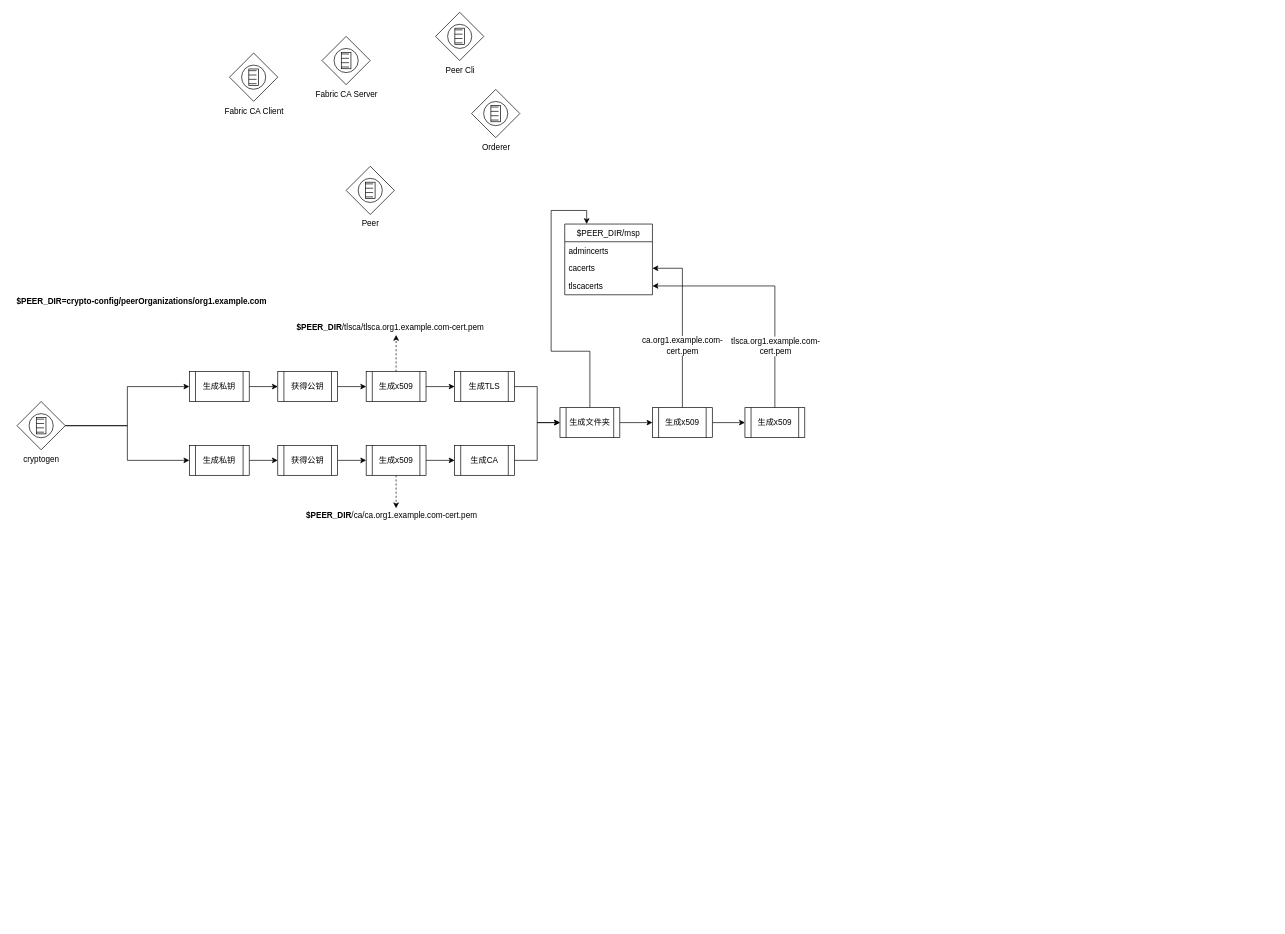
Before: fabric-ca-orderer-peer.drawio in yiuked/diagram, a draw.io diagram. Source tidied: cells renumbered, new cells numbered last; positions are measured from the earlier drawing's top-left corner, leaving out a move shared by most shapes. Both pictures are drawn from the tidied source at 68%, with x=0, y=0 at pixel (12, 12).
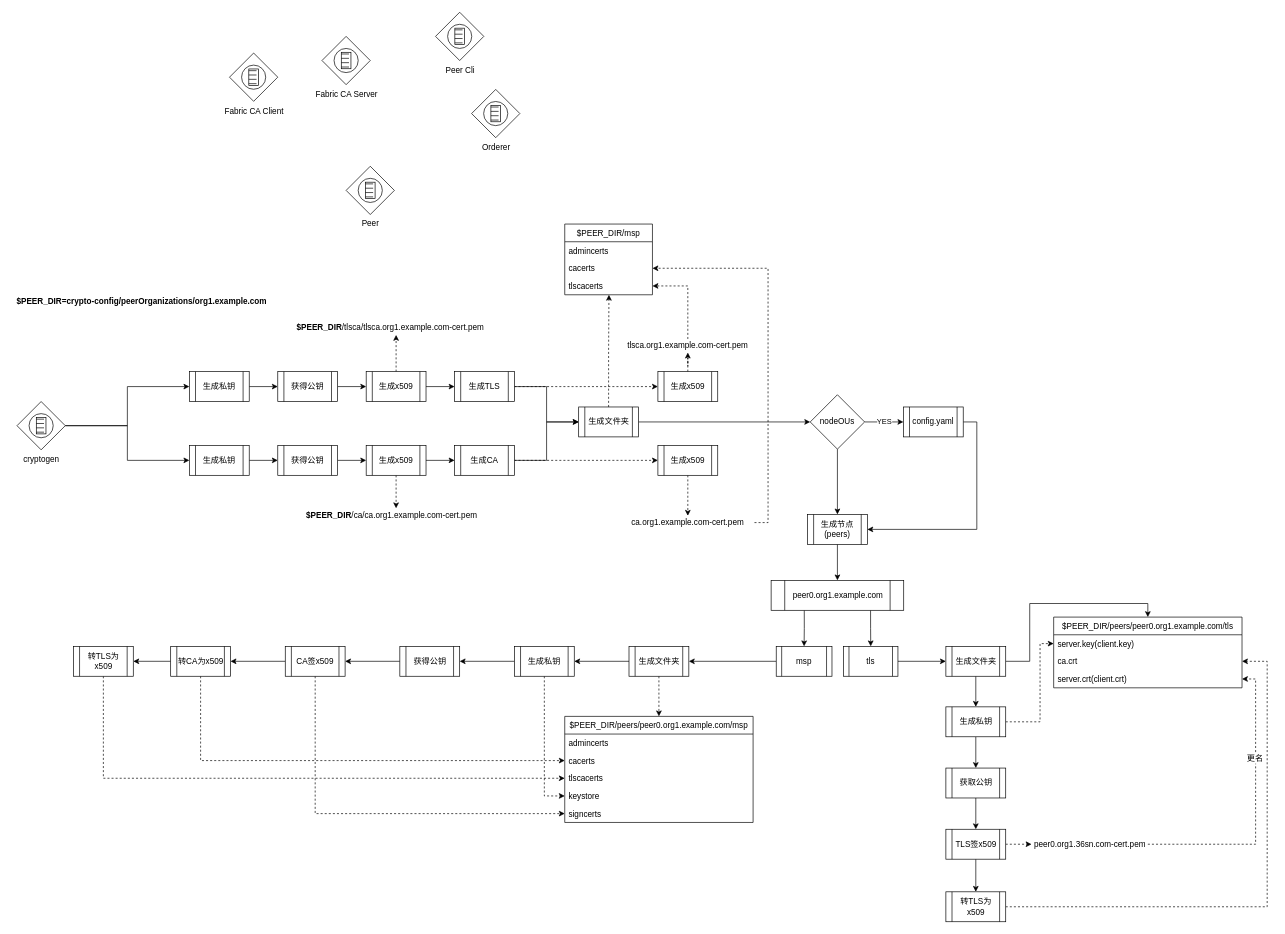
After the change.

The change refers to these unchanged cells:
```xml
<mxCell id="16" value="生成x509" style="shape=process;whiteSpace=wrap;html=1;backgroundOutline=1;" parent="1" vertex="1">
  <mxGeometry x="521" y="637.5" width="88" height="44" as="geometry" />
</mxCell>
<mxCell id="18" value="生成CA" style="shape=process;whiteSpace=wrap;html=1;backgroundOutline=1;" parent="1" vertex="1">
  <mxGeometry x="651" y="637.5" width="88" height="44" as="geometry" />
</mxCell>
<mxCell id="27" value="生成TLS" style="shape=process;whiteSpace=wrap;html=1;backgroundOutline=1;" parent="1" vertex="1">
  <mxGeometry x="651" y="529" width="88" height="44" as="geometry" />
</mxCell>
<mxCell id="33" value="$PEER_DIR/msp" style="swimlane;fontStyle=0;horizontal=1;startSize=26;fillColor=none;" parent="1" vertex="1">
  <mxGeometry x="813" y="312" width="129" height="104" as="geometry" />
</mxCell>
<mxCell id="35" value="cacerts" style="text;strokeColor=none;fillColor=none;align=left;verticalAlign=top;spacingLeft=4;spacingRight=4;overflow=hidden;points=[[0,0.5],[1,0.5]];portConstraint=eastwest;" parent="33" vertex="1">
  <mxGeometry y="52" width="129" height="26" as="geometry" />
</mxCell>
<mxCell id="36" value="tlscacerts" style="text;strokeColor=none;fillColor=none;align=left;verticalAlign=top;spacingLeft=4;spacingRight=4;overflow=hidden;points=[[0,0.5],[1,0.5]];portConstraint=eastwest;" parent="33" vertex="1">
  <mxGeometry y="78" width="129" height="26" as="geometry" />
</mxCell>
```

Diff of the diagram source:
```diff
@@
     <mxCell id="15" style="edgeStyle=orthogonalEdgeStyle;rounded=0;jettySize=auto;html=1;exitX=0.5;exitY=1;exitDx=0;exitDy=0;dashed=1;" parent="1" edge="1" source="16">
       <mxGeometry relative="1" as="geometry">
         <mxPoint x="565" y="730" as="targetPoint" />
+        <Array as="points">
+          <mxPoint x="565" y="695" />
+          <mxPoint x="565" y="695" />
+        </Array>
       </mxGeometry>
     </mxCell>
@@
+    <mxCell id="45" style="edgeStyle=orthogonalEdgeStyle;rounded=0;jettySize=auto;html=1;exitX=1;exitY=0.5;exitDx=0;exitDy=0;dashed=1;" parent="1" edge="1" source="18" target="41">
+      <mxGeometry relative="1" as="geometry" />
+    </mxCell>
@@
+    <mxCell id="46" style="edgeStyle=orthogonalEdgeStyle;rounded=0;jettySize=auto;html=1;exitX=1;exitY=0.5;exitDx=0;exitDy=0;dashed=1;" parent="1" edge="1" source="27" target="44">
+      <mxGeometry relative="1" as="geometry" />
+    </mxCell>
@@
-    <mxCell id="30" style="edgeStyle=orthogonalEdgeStyle;rounded=0;jettySize=auto;html=1;exitX=0.5;exitY=0;exitDx=0;exitDy=0;entryX=0.25;entryY=0;entryDx=0;entryDy=0;" parent="1" edge="1" source="32" target="33">
-      <mxGeometry relative="1" as="geometry" />
-    </mxCell>
-    <mxCell id="31" style="edgeStyle=orthogonalEdgeStyle;rounded=0;jettySize=auto;html=1;exitX=1;exitY=0.5;exitDx=0;exitDy=0;" parent="1" edge="1" source="32" target="41">
-      <mxGeometry relative="1" as="geometry" />
-    </mxCell>
+    <mxCell id="47" style="edgeStyle=orthogonalEdgeStyle;rounded=0;jettySize=auto;html=1;exitX=0.5;exitY=0;exitDx=0;exitDy=0;entryX=0.504;entryY=1;entryDx=0;entryDy=0;entryPerimeter=0;dashed=1;" parent="1" edge="1" source="32" target="36">
+      <mxGeometry relative="1" as="geometry" />
+    </mxCell>
+    <mxCell id="48" style="edgeStyle=orthogonalEdgeStyle;rounded=0;jettySize=auto;html=1;exitX=1;exitY=0.5;exitDx=0;exitDy=0;entryX=0;entryY=0.5;entryDx=0;entryDy=0;" parent="1" edge="1" source="32" target="55">
+      <mxGeometry relative="1" as="geometry" />
+    </mxCell>
     <mxCell id="32" value="生成文件夹" style="shape=process;whiteSpace=wrap;html=1;backgroundOutline=1;" parent="1" vertex="1">
-      <mxGeometry x="806" y="582" width="88" height="44" as="geometry" />
+      <mxGeometry x="833.5" y="581" width="88" height="44" as="geometry" />
     </mxCell>
@@
-    <mxCell id="38" style="edgeStyle=orthogonalEdgeStyle;rounded=0;jettySize=auto;html=1;exitX=0.5;exitY=0;exitDx=0;exitDy=0;entryX=1;entryY=0.5;entryDx=0;entryDy=0;" parent="1" edge="1" source="41" target="35">
-      <mxGeometry relative="1" as="geometry" />
-    </mxCell>
+    <mxCell id="49" style="edgeStyle=orthogonalEdgeStyle;rounded=0;jettySize=auto;html=1;exitX=0.5;exitY=1;exitDx=0;exitDy=0;entryX=0.5;entryY=0;entryDx=0;entryDy=0;dashed=1;" parent="1" edge="1" source="41" target="39">
+      <mxGeometry relative="1" as="geometry" />
+    </mxCell>
+    <mxCell id="41" value="生成x509" style="shape=process;whiteSpace=wrap;html=1;backgroundOutline=1;" parent="1" vertex="1">
+      <mxGeometry x="950" y="637.5" width="88" height="44" as="geometry" />
+    </mxCell>
+    <mxCell id="50" style="edgeStyle=orthogonalEdgeStyle;rounded=0;jettySize=auto;html=1;exitX=0.5;exitY=0;exitDx=0;exitDy=0;dashed=1;" parent="1" edge="1" source="44" target="43">
+      <mxGeometry relative="1" as="geometry" />
+    </mxCell>
+    <mxCell id="44" value="生成x509" style="shape=process;whiteSpace=wrap;html=1;backgroundOutline=1;" parent="1" vertex="1">
+      <mxGeometry x="950" y="529" width="88" height="44" as="geometry" />
+    </mxCell>
+    <mxCell id="51" style="edgeStyle=orthogonalEdgeStyle;rounded=0;jettySize=auto;html=1;exitX=0.5;exitY=0;exitDx=0;exitDy=0;entryX=1;entryY=0.5;entryDx=0;entryDy=0;dashed=1;" parent="1" edge="1" source="43" target="36">
+      <mxGeometry relative="1" as="geometry" />
+    </mxCell>
+    <mxCell id="43" value="&lt;span style=&quot;text-align: left&quot;&gt;tlsca.&lt;/span&gt;org1.example.com-cert.pem" style="text;html=1;strokeColor=none;fillColor=none;align=center;verticalAlign=middle;whiteSpace=wrap;rounded=0;" parent="1" vertex="1">
+      <mxGeometry x="896" y="481" width="196" height="20" as="geometry" />
+    </mxCell>
+    <mxCell id="52" style="edgeStyle=orthogonalEdgeStyle;rounded=0;jettySize=auto;html=1;exitX=1;exitY=0.5;exitDx=0;exitDy=0;entryX=1;entryY=0.5;entryDx=0;entryDy=0;dashed=1;" parent="1" edge="1" source="39" target="35">
+      <mxGeometry relative="1" as="geometry" />
+    </mxCell>
-    <mxCell id="39" value="&lt;span style=&quot;text-align: left ; white-space: normal&quot;&gt;ca.&lt;/span&gt;&lt;span style=&quot;white-space: normal&quot;&gt;org1.example.com-cert.pem&lt;/span&gt;" style="text;html=1;align=center;verticalAlign=middle;points=[];labelBackgroundColor=#ffffff;" parent="38" vertex="1">
-      <mxGeometry x="-0.26" y="1" relative="1" as="geometry" />
+    <mxCell id="39" value="&lt;span style=&quot;text-align: left&quot;&gt;ca.&lt;/span&gt;org1.example.com-cert.pem" style="text;html=1;strokeColor=none;fillColor=none;align=center;verticalAlign=middle;whiteSpace=wrap;rounded=0;" parent="1" vertex="1">
+      <mxGeometry x="896" y="741" width="196" height="20" as="geometry" />
     </mxCell>
-    <mxCell id="40" style="edgeStyle=orthogonalEdgeStyle;rounded=0;jettySize=auto;html=1;exitX=1;exitY=0.5;exitDx=0;exitDy=0;" parent="1" edge="1" source="41" target="44">
-      <mxGeometry relative="1" as="geometry" />
-    </mxCell>
-    <mxCell id="41" value="生成x509" style="shape=process;whiteSpace=wrap;html=1;backgroundOutline=1;" parent="1" vertex="1">
-      <mxGeometry x="942" y="582" width="88" height="44" as="geometry" />
-    </mxCell>
-    <mxCell id="42" style="edgeStyle=orthogonalEdgeStyle;rounded=0;jettySize=auto;html=1;exitX=0.5;exitY=0;exitDx=0;exitDy=0;entryX=1;entryY=0.5;entryDx=0;entryDy=0;" parent="1" edge="1" source="44" target="36">
-      <mxGeometry relative="1" as="geometry" />
-    </mxCell>
-    <mxCell id="43" value="&lt;span style=&quot;text-align: left ; white-space: normal&quot;&gt;tlsca.&lt;/span&gt;&lt;span style=&quot;white-space: normal&quot;&gt;org1.example.com-cert.pem&lt;/span&gt;" style="text;html=1;align=center;verticalAlign=middle;points=[];labelBackgroundColor=#ffffff;" parent="42" vertex="1">
-      <mxGeometry x="-0.28" y="1" relative="1" as="geometry">
-        <mxPoint x="1" y="38" as="offset" />
-      </mxGeometry>
-    </mxCell>
-    <mxCell id="44" value="生成x509" style="shape=process;whiteSpace=wrap;html=1;backgroundOutline=1;" parent="1" vertex="1">
-      <mxGeometry x="1078" y="582" width="88" height="44" as="geometry" />
-    </mxCell>
+    <mxCell id="53" value="YES" style="edgeStyle=orthogonalEdgeStyle;rounded=0;jettySize=auto;html=1;exitX=1;exitY=0.5;exitDx=0;exitDy=0;entryX=0;entryY=0.5;entryDx=0;entryDy=0;" parent="1" edge="1" source="55" target="57">
+      <mxGeometry relative="1" as="geometry" />
+    </mxCell>
+    <mxCell id="54" style="edgeStyle=orthogonalEdgeStyle;rounded=0;jettySize=auto;html=1;exitX=0.5;exitY=1;exitDx=0;exitDy=0;" parent="1" edge="1" source="55" target="59">
+      <mxGeometry relative="1" as="geometry" />
+    </mxCell>
+    <mxCell id="55" value="nodeOUs" style="rhombus;whiteSpace=wrap;html=1;" parent="1" vertex="1">
+      <mxGeometry x="1174" y="563" width="80" height="80" as="geometry" />
+    </mxCell>
+    <mxCell id="56" style="edgeStyle=orthogonalEdgeStyle;rounded=0;jettySize=auto;html=1;exitX=1;exitY=0.5;exitDx=0;exitDy=0;entryX=1;entryY=0.5;entryDx=0;entryDy=0;" parent="1" edge="1" source="57" target="59">
+      <mxGeometry relative="1" as="geometry" />
+    </mxCell>
+    <mxCell id="57" value="config.yaml" style="shape=process;whiteSpace=wrap;html=1;backgroundOutline=1;" parent="1" vertex="1">
+      <mxGeometry x="1311" y="581" width="88" height="44" as="geometry" />
+    </mxCell>
+    <mxCell id="58" style="edgeStyle=orthogonalEdgeStyle;rounded=0;jettySize=auto;html=1;exitX=0.5;exitY=1;exitDx=0;exitDy=0;" parent="1" edge="1" source="59" target="62">
+      <mxGeometry relative="1" as="geometry" />
+    </mxCell>
+    <mxCell id="59" value="生成节点(peers)" style="shape=process;whiteSpace=wrap;html=1;backgroundOutline=1;" parent="1" vertex="1">
+      <mxGeometry x="1170" y="739" width="88" height="44" as="geometry" />
+    </mxCell>
+    <mxCell id="60" style="edgeStyle=orthogonalEdgeStyle;rounded=0;jettySize=auto;html=1;exitX=0.25;exitY=1;exitDx=0;exitDy=0;" parent="1" edge="1" source="62" target="64">
+      <mxGeometry relative="1" as="geometry" />
+    </mxCell>
+    <mxCell id="61" style="edgeStyle=orthogonalEdgeStyle;rounded=0;jettySize=auto;html=1;exitX=0.75;exitY=1;exitDx=0;exitDy=0;" parent="1" edge="1" source="62" target="66">
+      <mxGeometry relative="1" as="geometry" />
+    </mxCell>
+    <mxCell id="62" value="peer0.org1.example.com" style="shape=process;whiteSpace=wrap;html=1;backgroundOutline=1;" parent="1" vertex="1">
+      <mxGeometry x="1116.5" y="836" width="195" height="44" as="geometry" />
+    </mxCell>
+    <mxCell id="63" style="edgeStyle=orthogonalEdgeStyle;rounded=0;jettySize=auto;html=1;exitX=0;exitY=0.5;exitDx=0;exitDy=0;entryX=1;entryY=0.5;entryDx=0;entryDy=0;" parent="1" edge="1" source="64" target="69">
+      <mxGeometry relative="1" as="geometry" />
+    </mxCell>
+    <mxCell id="64" value="msp" style="shape=process;whiteSpace=wrap;html=1;backgroundOutline=1;" parent="1" vertex="1">
+      <mxGeometry x="1124" y="933" width="82" height="44" as="geometry" />
+    </mxCell>
+    <mxCell id="65" style="edgeStyle=orthogonalEdgeStyle;rounded=0;jettySize=auto;html=1;exitX=1;exitY=0.5;exitDx=0;exitDy=0;" parent="1" edge="1" source="66" target="90">
+      <mxGeometry relative="1" as="geometry" />
+    </mxCell>
+    <mxCell id="66" value="tls" style="shape=process;whiteSpace=wrap;html=1;backgroundOutline=1;" parent="1" vertex="1">
+      <mxGeometry x="1223" y="933" width="80" height="44" as="geometry" />
+    </mxCell>
+    <mxCell id="67" style="edgeStyle=orthogonalEdgeStyle;rounded=0;jettySize=auto;html=1;exitX=0.5;exitY=1;exitDx=0;exitDy=0;dashed=1;" parent="1" edge="1" source="69" target="70">
+      <mxGeometry relative="1" as="geometry" />
+    </mxCell>
+    <mxCell id="68" style="edgeStyle=orthogonalEdgeStyle;rounded=0;jettySize=auto;html=1;exitX=0;exitY=0.5;exitDx=0;exitDy=0;" parent="1" edge="1" source="69" target="78">
+      <mxGeometry relative="1" as="geometry" />
+    </mxCell>
+    <mxCell id="69" value="生成文件夹" style="shape=process;whiteSpace=wrap;html=1;backgroundOutline=1;" parent="1" vertex="1">
+      <mxGeometry x="907.5" y="933" width="88" height="44" as="geometry" />
+    </mxCell>
+    <mxCell id="70" value="$PEER_DIR/peers/peer0.org1.example.com/msp" style="swimlane;fontStyle=0;horizontal=1;startSize=26;fillColor=none;" parent="1" vertex="1">
+      <mxGeometry x="813" y="1036" width="277" height="156" as="geometry" />
+    </mxCell>
+    <mxCell id="71" value="admincerts" style="text;strokeColor=none;fillColor=none;align=left;verticalAlign=top;spacingLeft=4;spacingRight=4;overflow=hidden;" parent="70" vertex="1">
+      <mxGeometry y="26" width="277" height="26" as="geometry" />
+    </mxCell>
+    <mxCell id="72" value="cacerts" style="text;strokeColor=none;fillColor=none;align=left;verticalAlign=top;spacingLeft=4;spacingRight=4;overflow=hidden;points=[[0,0.5],[1,0.5]];portConstraint=eastwest;" parent="70" vertex="1">
+      <mxGeometry y="52" width="277" height="26" as="geometry" />
+    </mxCell>
+    <mxCell id="73" value="tlscacerts" style="text;strokeColor=none;fillColor=none;align=left;verticalAlign=top;spacingLeft=4;spacingRight=4;overflow=hidden;points=[[0,0.5],[1,0.5]];portConstraint=eastwest;" parent="70" vertex="1">
+      <mxGeometry y="78" width="277" height="26" as="geometry" />
+    </mxCell>
+    <mxCell id="74" value="keystore" style="text;strokeColor=none;fillColor=none;align=left;verticalAlign=top;spacingLeft=4;spacingRight=4;overflow=hidden;points=[[0,0.5],[1,0.5]];portConstraint=eastwest;" parent="70" vertex="1">
+      <mxGeometry y="104" width="277" height="26" as="geometry" />
+    </mxCell>
+    <mxCell id="75" value="signcerts" style="text;strokeColor=none;fillColor=none;align=left;verticalAlign=top;spacingLeft=4;spacingRight=4;overflow=hidden;points=[[0,0.5],[1,0.5]];portConstraint=eastwest;" parent="70" vertex="1">
+      <mxGeometry y="130" width="277" height="26" as="geometry" />
+    </mxCell>
+    <mxCell id="76" style="edgeStyle=orthogonalEdgeStyle;rounded=0;jettySize=auto;html=1;exitX=0.5;exitY=1;exitDx=0;exitDy=0;entryX=0;entryY=0.5;entryDx=0;entryDy=0;dashed=1;" parent="1" edge="1" source="78" target="74">
+      <mxGeometry relative="1" as="geometry" />
+    </mxCell>
+    <mxCell id="77" style="edgeStyle=orthogonalEdgeStyle;rounded=0;jettySize=auto;html=1;exitX=0;exitY=0.5;exitDx=0;exitDy=0;" parent="1" edge="1" source="78" target="80">
+      <mxGeometry relative="1" as="geometry" />
+    </mxCell>
+    <mxCell id="78" value="生成私钥" style="shape=process;whiteSpace=wrap;html=1;backgroundOutline=1;" parent="1" vertex="1">
+      <mxGeometry x="739" y="933" width="88" height="44" as="geometry" />
+    </mxCell>
+    <mxCell id="79" style="edgeStyle=orthogonalEdgeStyle;rounded=0;jettySize=auto;html=1;exitX=0;exitY=0.5;exitDx=0;exitDy=0;" parent="1" edge="1" source="80" target="83">
+      <mxGeometry relative="1" as="geometry" />
+    </mxCell>
+    <mxCell id="80" value="获得公钥" style="shape=process;whiteSpace=wrap;html=1;backgroundOutline=1;" parent="1" vertex="1">
+      <mxGeometry x="570.5" y="933" width="88" height="44" as="geometry" />
+    </mxCell>
+    <mxCell id="81" style="edgeStyle=orthogonalEdgeStyle;rounded=0;jettySize=auto;html=1;exitX=0.5;exitY=1;exitDx=0;exitDy=0;entryX=0;entryY=0.5;entryDx=0;entryDy=0;dashed=1;" parent="1" edge="1" source="83" target="75">
+      <mxGeometry relative="1" as="geometry" />
+    </mxCell>
+    <mxCell id="82" style="edgeStyle=orthogonalEdgeStyle;rounded=0;jettySize=auto;html=1;exitX=0;exitY=0.5;exitDx=0;exitDy=0;" parent="1" edge="1" source="83" target="104">
+      <mxGeometry relative="1" as="geometry" />
+    </mxCell>
+    <mxCell id="83" value="CA签x509" style="shape=process;whiteSpace=wrap;html=1;backgroundOutline=1;" parent="1" vertex="1">
+      <mxGeometry x="402" y="933" width="88" height="44" as="geometry" />
+    </mxCell>
+    <mxCell id="84" value="$PEER_DIR/peers/peer0.org1.example.com/tls" style="swimlane;fontStyle=0;horizontal=1;startSize=26;fillColor=none;" parent="1" vertex="1">
+      <mxGeometry x="1532" y="890" width="277" height="104" as="geometry" />
+    </mxCell>
+    <mxCell id="85" value="server.key(client.key)" style="text;strokeColor=none;fillColor=none;align=left;verticalAlign=top;spacingLeft=4;spacingRight=4;overflow=hidden;points=[[0,0.5],[1,0.5]];portConstraint=eastwest;" parent="84" vertex="1">
+      <mxGeometry y="26" width="277" height="26" as="geometry" />
+    </mxCell>
+    <mxCell id="86" value="ca.crt" style="text;strokeColor=none;fillColor=none;align=left;verticalAlign=top;spacingLeft=4;spacingRight=4;overflow=hidden;points=[[0,0.5],[1,0.5]];portConstraint=eastwest;" parent="84" vertex="1">
+      <mxGeometry y="52" width="277" height="26" as="geometry" />
+    </mxCell>
+    <mxCell id="87" value="server.crt(client.crt)" style="text;strokeColor=none;fillColor=none;align=left;verticalAlign=top;spacingLeft=4;spacingRight=4;overflow=hidden;points=[[0,0.5],[1,0.5]];portConstraint=eastwest;" parent="84" vertex="1">
+      <mxGeometry y="78" width="277" height="26" as="geometry" />
+    </mxCell>
+    <mxCell id="88" style="edgeStyle=orthogonalEdgeStyle;rounded=0;jettySize=auto;html=1;exitX=1;exitY=0.5;exitDx=0;exitDy=0;entryX=0.5;entryY=0;entryDx=0;entryDy=0;" parent="1" edge="1" source="90" target="84">
+      <mxGeometry relative="1" as="geometry" />
+    </mxCell>
+    <mxCell id="89" style="edgeStyle=orthogonalEdgeStyle;rounded=0;jettySize=auto;html=1;exitX=0.5;exitY=1;exitDx=0;exitDy=0;" parent="1" edge="1" source="90" target="93">
+      <mxGeometry relative="1" as="geometry" />
+    </mxCell>
+    <mxCell id="90" value="生成文件夹" style="shape=process;whiteSpace=wrap;html=1;backgroundOutline=1;" parent="1" vertex="1">
+      <mxGeometry x="1373.5" y="933" width="88" height="44" as="geometry" />
+    </mxCell>
+    <mxCell id="91" style="edgeStyle=orthogonalEdgeStyle;rounded=0;jettySize=auto;html=1;exitX=1;exitY=0.5;exitDx=0;exitDy=0;dashed=1;" parent="1" edge="1" source="93" target="85">
+      <mxGeometry relative="1" as="geometry">
+        <Array as="points">
+          <mxPoint x="1512" y="1044" />
+          <mxPoint x="1512" y="929" />
+        </Array>
+      </mxGeometry>
+    </mxCell>
+    <mxCell id="92" style="edgeStyle=orthogonalEdgeStyle;rounded=0;jettySize=auto;html=1;exitX=0.5;exitY=1;exitDx=0;exitDy=0;entryX=0.5;entryY=0;entryDx=0;entryDy=0;" parent="1" edge="1" source="93" target="108">
+      <mxGeometry relative="1" as="geometry" />
+    </mxCell>
+    <mxCell id="93" value="生成私钥" style="shape=process;whiteSpace=wrap;html=1;backgroundOutline=1;" parent="1" vertex="1">
+      <mxGeometry x="1373.5" y="1022" width="88" height="44" as="geometry" />
+    </mxCell>
+    <mxCell id="94" style="edgeStyle=orthogonalEdgeStyle;rounded=0;jettySize=auto;html=1;exitX=1;exitY=0.5;exitDx=0;exitDy=0;dashed=1;entryX=0;entryY=0.5;entryDx=0;entryDy=0;" parent="1" edge="1" source="96" target="99">
+      <mxGeometry relative="1" as="geometry" />
+    </mxCell>
+    <mxCell id="95" style="edgeStyle=orthogonalEdgeStyle;rounded=0;jettySize=auto;html=1;exitX=0.5;exitY=1;exitDx=0;exitDy=0;entryX=0.5;entryY=0;entryDx=0;entryDy=0;" parent="1" edge="1" source="96" target="101">
+      <mxGeometry relative="1" as="geometry" />
+    </mxCell>
+    <mxCell id="96" value="TLS签x509" style="shape=process;whiteSpace=wrap;html=1;backgroundOutline=1;" parent="1" vertex="1">
+      <mxGeometry x="1373.5" y="1202" width="88" height="44" as="geometry" />
+    </mxCell>
+    <mxCell id="97" style="edgeStyle=orthogonalEdgeStyle;rounded=0;jettySize=auto;html=1;exitX=1;exitY=0.5;exitDx=0;exitDy=0;entryX=1;entryY=0.5;entryDx=0;entryDy=0;dashed=1;" parent="1" edge="1" source="99" target="87">
+      <mxGeometry relative="1" as="geometry">
+        <Array as="points">
+          <mxPoint x="1829" y="1224" />
+          <mxPoint x="1829" y="981" />
+        </Array>
+      </mxGeometry>
+    </mxCell>
+    <mxCell id="98" value="更名" style="text;html=1;align=center;verticalAlign=middle;labelBackgroundColor=#ffffff;" parent="97" vertex="1">
+      <mxGeometry x="0.35" y="2" relative="1" as="geometry" />
+    </mxCell>
+    <mxCell id="99" value="&lt;div style=&quot;text-align: left&quot;&gt;&lt;span&gt;peer0.org1.36sn.com-cert.pem&lt;/span&gt;&lt;/div&gt;" style="text;html=1;strokeColor=none;fillColor=none;align=center;verticalAlign=middle;whiteSpace=wrap;rounded=0;" parent="1" vertex="1">
+      <mxGeometry x="1499.5" y="1214" width="171" height="20" as="geometry" />
+    </mxCell>
+    <mxCell id="100" style="edgeStyle=orthogonalEdgeStyle;rounded=0;jettySize=auto;html=1;exitX=1;exitY=0.5;exitDx=0;exitDy=0;dashed=1;entryX=1;entryY=0.5;entryDx=0;entryDy=0;" parent="1" edge="1" source="101" target="86">
+      <mxGeometry relative="1" as="geometry">
+        <Array as="points">
+          <mxPoint x="1846" y="1316" />
+          <mxPoint x="1846" y="955" />
+        </Array>
+      </mxGeometry>
+    </mxCell>
+    <mxCell id="101" value="转TLS为x509" style="shape=process;whiteSpace=wrap;html=1;backgroundOutline=1;" parent="1" vertex="1">
+      <mxGeometry x="1373.5" y="1294" width="88" height="44" as="geometry" />
+    </mxCell>
+    <mxCell id="102" style="edgeStyle=orthogonalEdgeStyle;rounded=0;jettySize=auto;html=1;exitX=0.5;exitY=1;exitDx=0;exitDy=0;entryX=0;entryY=0.5;entryDx=0;entryDy=0;dashed=1;" parent="1" edge="1" source="104" target="72">
+      <mxGeometry relative="1" as="geometry" />
+    </mxCell>
+    <mxCell id="103" style="edgeStyle=orthogonalEdgeStyle;rounded=0;jettySize=auto;html=1;exitX=0;exitY=0.5;exitDx=0;exitDy=0;" parent="1" edge="1" source="104" target="106">
+      <mxGeometry relative="1" as="geometry" />
+    </mxCell>
+    <mxCell id="104" value="转CA为x509" style="shape=process;whiteSpace=wrap;html=1;backgroundOutline=1;" parent="1" vertex="1">
+      <mxGeometry x="233.5" y="933" width="88" height="44" as="geometry" />
+    </mxCell>
+    <mxCell id="105" style="edgeStyle=orthogonalEdgeStyle;rounded=0;jettySize=auto;html=1;exitX=0.5;exitY=1;exitDx=0;exitDy=0;dashed=1;" parent="1" edge="1" source="106" target="73">
+      <mxGeometry relative="1" as="geometry" />
+    </mxCell>
+    <mxCell id="106" value="转TLS为x509" style="shape=process;whiteSpace=wrap;html=1;backgroundOutline=1;" parent="1" vertex="1">
+      <mxGeometry x="90.5" y="933" width="88" height="44" as="geometry" />
+    </mxCell>
+    <mxCell id="107" style="edgeStyle=orthogonalEdgeStyle;rounded=0;jettySize=auto;html=1;exitX=0.5;exitY=1;exitDx=0;exitDy=0;" parent="1" edge="1" source="108" target="96">
+      <mxGeometry relative="1" as="geometry" />
+    </mxCell>
+    <mxCell id="108" value="获取公钥" style="shape=process;whiteSpace=wrap;html=1;backgroundOutline=1;" parent="1" vertex="1">
+      <mxGeometry x="1373.5" y="1112" width="88" height="44" as="geometry" />
+    </mxCell>
```
